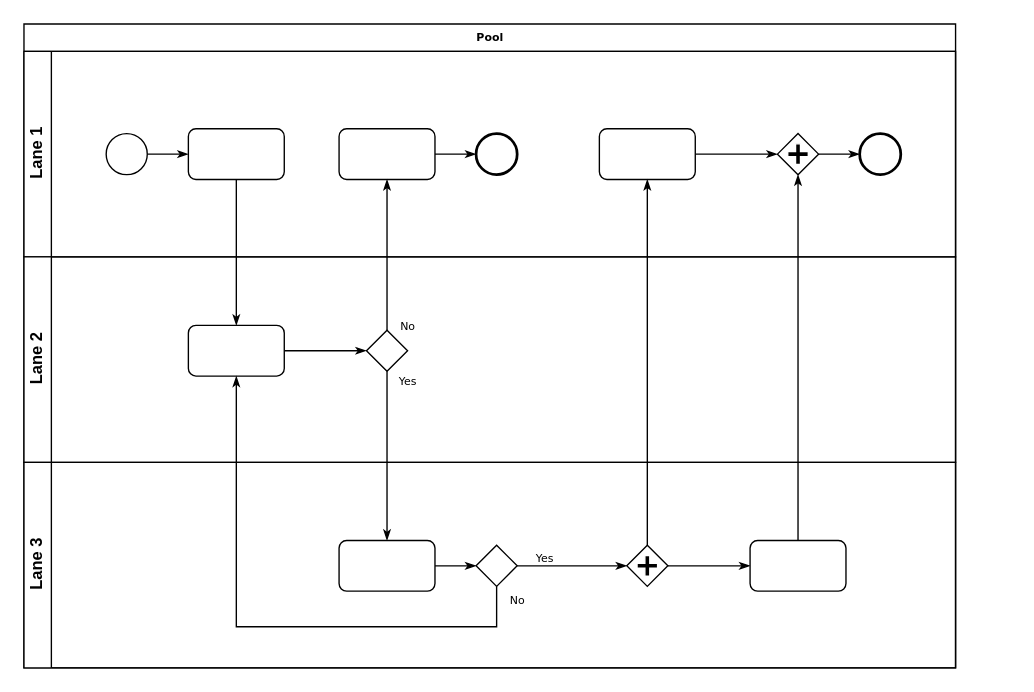
Above: Untitled Diagram.drawio in Luffybaga/draw (draw.io), before the change. Source tidied: cells renumbered, new cells numbered last; positions are measured from the earlier drawing's top-left corner, leaving out a move shared by most shapes. Both pictures are drawn from the tidied source at 137%, with x=0, y=0 at pixel (23, 23).
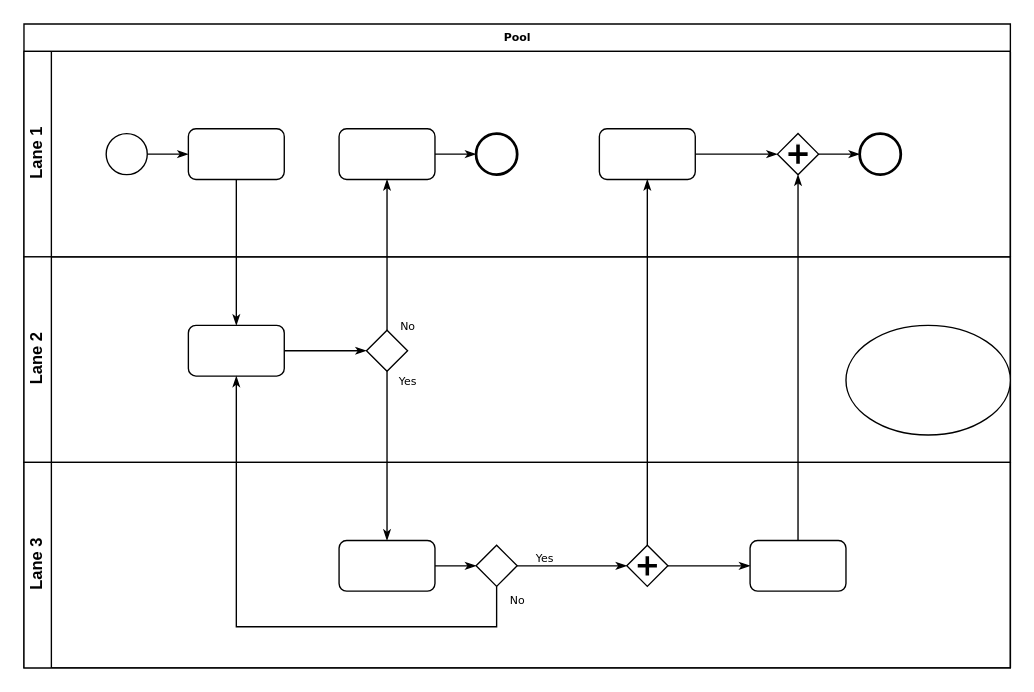
Above is the later version.

The edit, as a diff of the source:
```diff
@@
     <mxCell id="2" value="Pool" style="swimlane;html=1;horizontal=1;startSize=20;rounded=0;shadow=0;labelBackgroundColor=none;strokeWidth=1;fontFamily=Verdana;fontSize=8;align=center;" parent="1" vertex="1">
-      <mxGeometry width="680" height="470" as="geometry" />
+      <mxGeometry width="720" height="470" as="geometry" />
     </mxCell>
     <mxCell id="3" value="Lane 1" style="swimlane;html=1;startSize=20;horizontal=0;" parent="2" vertex="1">
-      <mxGeometry y="20" width="680" height="150" as="geometry" />
+      <mxGeometry y="20" width="720" height="150" as="geometry" />
     </mxCell>
@@
     <mxCell id="15" value="Lane 2" style="swimlane;html=1;startSize=20;horizontal=0;" parent="2" vertex="1">
-      <mxGeometry y="170" width="680" height="150" as="geometry" />
+      <mxGeometry y="170" width="720" height="150" as="geometry" />
     </mxCell>
@@
+    <mxCell id="33" style="ellipse;whiteSpace=wrap;html=1;" parent="15" vertex="1">
+      <mxGeometry x="600" y="50" width="120" height="80" as="geometry" />
+    </mxCell>
     <mxCell id="19" value="Lane 3" style="swimlane;html=1;startSize=20;horizontal=0;" parent="2" vertex="1">
-      <mxGeometry y="320" width="680" height="150" as="geometry" />
+      <mxGeometry y="320" width="720" height="150" as="geometry" />
     </mxCell>
```
